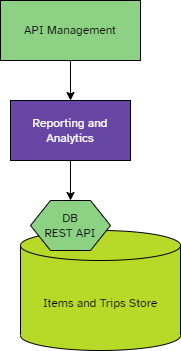
This is diagrams/componentOverview/ReportingAndAnalytics.png from Guilbert12/Kata2023_team_onion, a draw.io export, as it was before one commit. Source tidied: cells renumbered, new cells last; positions are measured from the earlier drawing's top-left corner, leaving out a move shared by most shapes. Source of this version:
```xml
<mxGraphModel>
  <root>
    <mxCell id="0" />
    <mxCell id="1" parent="0" />
    <mxCell id="2" value="API Management" style="rounded=0;whiteSpace=wrap;html=1;fillColor=#8CD184;strokeColor=#000000;fontFamily=Atkinson Hyperlegible;" parent="1" vertex="1">
      <mxGeometry width="140" height="60" as="geometry" />
    </mxCell>
    <mxCell id="3" value="&lt;font face=&quot;Atkinson Hyperlegible&quot;&gt;Reporting and Analytics&lt;/font&gt;" style="rounded=0;whiteSpace=wrap;html=1;fillColor=#6846A3;strokeColor=#000000;fontColor=#FFFFFF;" parent="1" vertex="1">
      <mxGeometry x="10" y="100" width="120" height="60" as="geometry" />
    </mxCell>
    <mxCell id="4" value="Items and Trips Store" style="shape=cylinder3;whiteSpace=wrap;html=1;boundedLbl=1;backgroundOutline=1;size=15;fontFamily=Atkinson Hyperlegible;fillColor=#B7D927;strokeColor=#000000;" parent="1" vertex="1">
      <mxGeometry x="20" y="230" width="160" height="120" as="geometry" />
    </mxCell>
    <mxCell id="5" value="DB &lt;br&gt;REST API" style="shape=hexagon;perimeter=hexagonPerimeter2;whiteSpace=wrap;html=1;fixedSize=1;fontFamily=Atkinson Hyperlegible;fillColor=#8CD184;strokeColor=#000000;" parent="1" vertex="1">
      <mxGeometry x="30" y="200" width="80" height="50" as="geometry" />
    </mxCell>
    <mxCell id="6" style="endArrow=none;html=1;strokeColor=#000000;fontFamily=Atkinson Hyperlegible;exitX=0.5;exitY=0;exitDx=0;exitDy=0;entryX=0.5;entryY=1;entryDx=0;entryDy=0;startArrow=classic;startFill=1;endFill=0;" parent="1" edge="1" source="5" target="3">
      <mxGeometry relative="1" as="geometry" />
    </mxCell>
    <mxCell id="7" style="endArrow=classic;html=1;strokeColor=#000000;fontFamily=Atkinson Hyperlegible;exitX=0.5;exitY=1;exitDx=0;exitDy=0;entryX=0.5;entryY=0;entryDx=0;entryDy=0;" parent="1" edge="1" source="2" target="3">
      <mxGeometry relative="1" as="geometry" />
    </mxCell>
  </root>
</mxGraphModel>
```
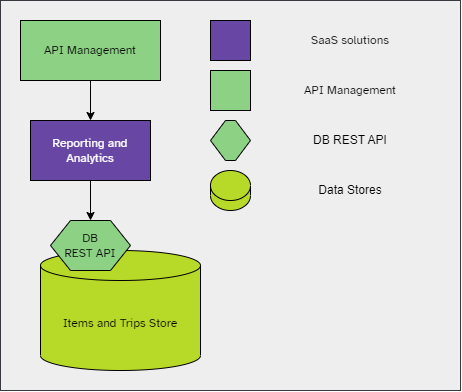
After the commit.

The edit, as a diff of the source:
```diff
@@ -2,6 +2,9 @@
   <root>
     <mxCell id="0" />
     <mxCell id="1" parent="0" />
+    <mxCell id="8" style="rounded=0;whiteSpace=wrap;html=1;fillColor=#eeeeee;strokeColor=#36393d;" parent="1" vertex="1">
+      <mxGeometry x="-20" y="-20" width="460" height="390" as="geometry" />
+    </mxCell>
     <mxCell id="2" value="API Management" style="rounded=0;whiteSpace=wrap;html=1;fillColor=#8CD184;strokeColor=#000000;fontFamily=Atkinson Hyperlegible;" parent="1" vertex="1">
       <mxGeometry width="140" height="60" as="geometry" />
     </mxCell>
@@ -20,5 +23,29 @@
     <mxCell id="7" style="endArrow=classic;html=1;strokeColor=#000000;fontFamily=Atkinson Hyperlegible;exitX=0.5;exitY=1;exitDx=0;exitDy=0;entryX=0.5;entryY=0;entryDx=0;entryDy=0;" parent="1" edge="1" source="2" target="3">
       <mxGeometry relative="1" as="geometry" />
     </mxCell>
+    <mxCell id="9" style="rounded=0;whiteSpace=wrap;html=1;fillColor=#6846A3;strokeColor=#000000;" parent="1" vertex="1">
+      <mxGeometry x="190" width="40" height="40" as="geometry" />
+    </mxCell>
+    <mxCell id="10" style="rounded=0;whiteSpace=wrap;html=1;fillColor=#8CD184;strokeColor=#000000;" parent="1" vertex="1">
+      <mxGeometry x="190" y="50" width="40" height="40" as="geometry" />
+    </mxCell>
+    <mxCell id="11" value="Data Stores" style="text;html=1;strokeColor=none;fillColor=none;align=center;verticalAlign=middle;whiteSpace=wrap;rounded=0;" parent="1" vertex="1">
+      <mxGeometry x="240" y="150" width="180" height="40" as="geometry" />
+    </mxCell>
+    <mxCell id="12" style="shape=cylinder3;whiteSpace=wrap;html=1;boundedLbl=1;backgroundOutline=1;size=15;fillColor=#B7D927;strokeColor=#000000;" parent="1" vertex="1">
+      <mxGeometry x="190" y="150" width="40" height="40" as="geometry" />
+    </mxCell>
+    <mxCell id="13" value="&lt;font face=&quot;Atkinson Hyperlegible&quot;&gt;SaaS solutions&lt;/font&gt;" style="text;html=1;strokeColor=none;fillColor=none;align=center;verticalAlign=middle;whiteSpace=wrap;rounded=0;" parent="1" vertex="1">
+      <mxGeometry x="240" width="180" height="40" as="geometry" />
+    </mxCell>
+    <mxCell id="14" value="&lt;font face=&quot;Atkinson Hyperlegible&quot;&gt;API Management&lt;/font&gt;" style="text;html=1;strokeColor=none;fillColor=none;align=center;verticalAlign=middle;whiteSpace=wrap;rounded=0;" parent="1" vertex="1">
+      <mxGeometry x="240" y="50" width="180" height="40" as="geometry" />
+    </mxCell>
+    <mxCell id="15" style="shape=hexagon;perimeter=hexagonPerimeter2;whiteSpace=wrap;html=1;fixedSize=1;fontFamily=Atkinson Hyperlegible;fillColor=#8CD184;strokeColor=#000000;size=15;" parent="1" vertex="1">
+      <mxGeometry x="190" y="100" width="40" height="40" as="geometry" />
+    </mxCell>
+    <mxCell id="16" value="DB REST API" style="text;html=1;strokeColor=none;fillColor=none;align=center;verticalAlign=middle;whiteSpace=wrap;rounded=0;" parent="1" vertex="1">
+      <mxGeometry x="240" y="100" width="180" height="40" as="geometry" />
+    </mxCell>
   </root>
 </mxGraphModel>
```
